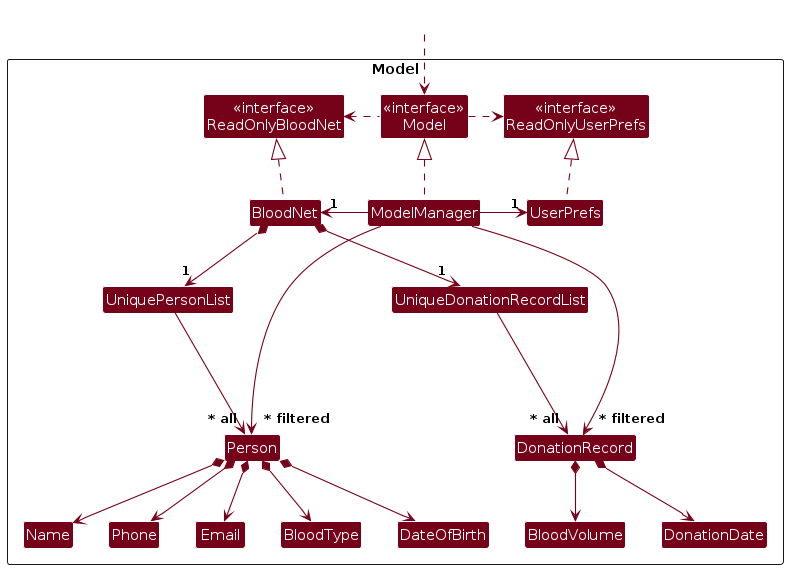
Before: diagrams/ModelClassDiagram.png, a diagram exported from PlantUML (AY2526S1-CS2103T-T16-4/tp). Its source is kept beside it as diagrams/ModelClassDiagram.puml.
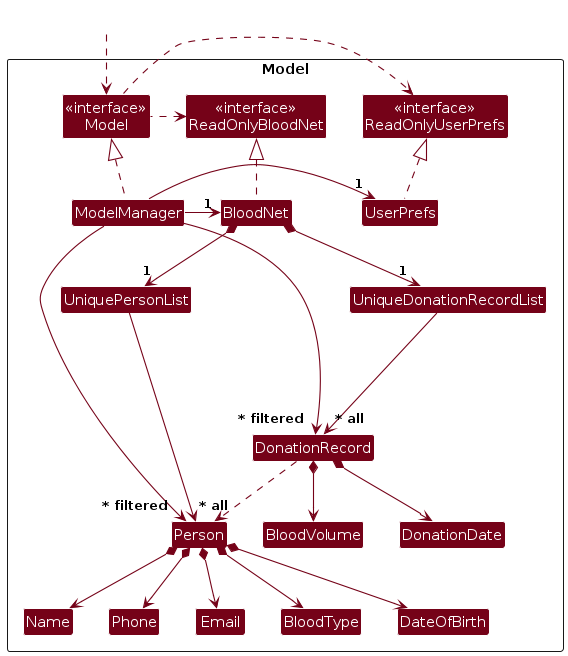
The same diagram one commit later.

Change to the diagram source:
```diff
@@ -53,6 +53,8 @@
 DonationRecord *--> DonationDate
 DonationRecord *--> BloodVolume
 
+DonationRecord ..> Person
+
 Person -[hidden]up--> I
 UniquePersonList -[hidden]right-> I
 
```
